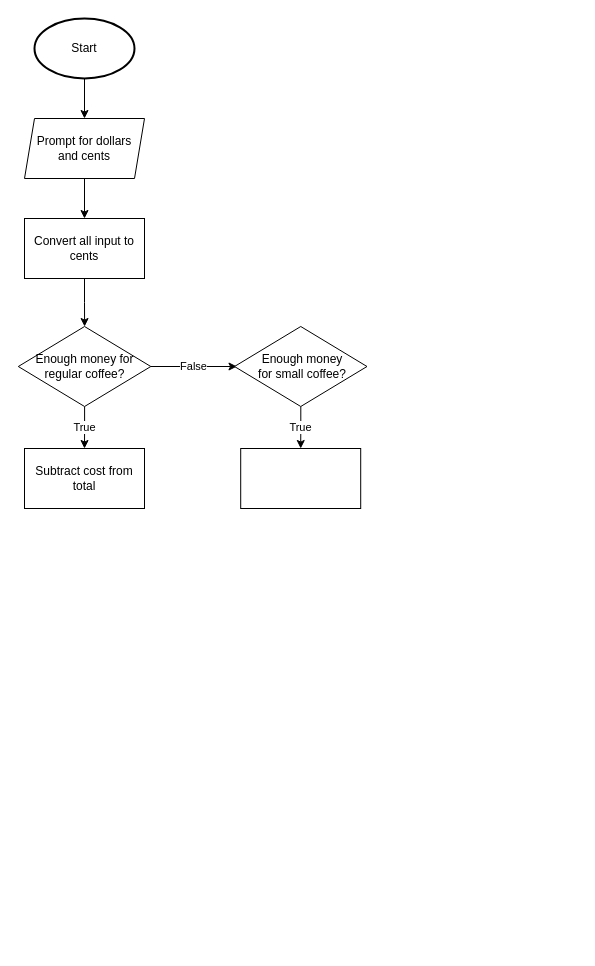
The draw.io diagram Untitled Diagram.drawio in aryanGajelli/Computer_Science, before the edit. Source tidied: cells renumbered, new cells numbered last; positions are measured from the earlier drawing's top-left corner, leaving out a move shared by most shapes. Both pictures are drawn from the tidied source at 100%, with x=0, y=0 at pixel (18, 18).
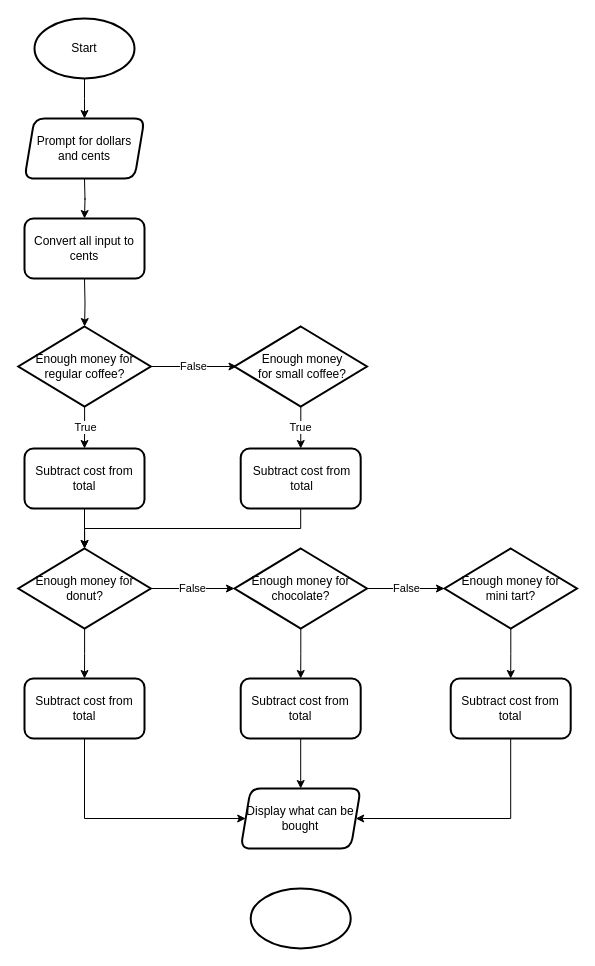
The same diagram, later.

Unchanged cells that the change refers to:
```xml
<mxCell id="3" value="Start" style="strokeWidth=2;html=1;shape=mxgraph.flowchart.start_1;whiteSpace=wrap;" parent="1" vertex="1">
  <mxGeometry x="16" width="100" height="60" as="geometry" />
</mxCell>
```

The edit, as a diff of the source:
```diff
@@
-    <mxCell id="2" style="edgeStyle=orthogonalEdgeStyle;rounded=0;jettySize=auto;html=1;" parent="1" edge="1" source="3" target="5">
-      <mxGeometry relative="1" as="geometry" />
+    <mxCell id="2" style="edgeStyle=orthogonalEdgeStyle;rounded=0;jettySize=auto;html=1;" parent="1" edge="1" source="3">
+      <mxGeometry relative="1" as="geometry">
+        <mxPoint x="66" y="100" as="targetPoint" />
+      </mxGeometry>
     </mxCell>
@@
-    <mxCell id="4" style="edgeStyle=orthogonalEdgeStyle;rounded=0;jettySize=auto;html=1;" parent="1" edge="1" source="5" target="7">
-      <mxGeometry relative="1" as="geometry" />
+    <mxCell id="4" style="edgeStyle=orthogonalEdgeStyle;rounded=0;orthogonalLoop=1;jettySize=auto;html=1;" parent="1" edge="1">
+      <mxGeometry relative="1" as="geometry">
+        <mxPoint x="66" y="160" as="sourcePoint" />
+        <mxPoint x="66" y="200" as="targetPoint" />
+      </mxGeometry>
     </mxCell>
-    <mxCell id="5" value="Prompt for dollars and cents" style="shape=parallelogram;perimeter=parallelogramPerimeter;whiteSpace=wrap;html=1;fixedSize=1;size=10;" parent="1" vertex="1">
-      <mxGeometry x="6" y="100" width="120" height="60" as="geometry" />
-    </mxCell>
-    <mxCell id="6" style="edgeStyle=orthogonalEdgeStyle;rounded=0;jettySize=auto;html=1;" parent="1" edge="1" source="7" target="10">
-      <mxGeometry relative="1" as="geometry" />
+    <mxCell id="6" style="edgeStyle=orthogonalEdgeStyle;rounded=0;jettySize=auto;html=1;" parent="1" edge="1" target="10">
+      <mxGeometry relative="1" as="geometry">
+        <mxPoint x="66" y="260" as="sourcePoint" />
+      </mxGeometry>
     </mxCell>
-    <mxCell id="7" value="Convert all input to cents" style="whiteSpace=wrap;html=1;" parent="1" vertex="1">
-      <mxGeometry x="6" y="200" width="120" height="60" as="geometry" />
-    </mxCell>
-    <mxCell id="8" value="True" style="edgeStyle=orthogonalEdgeStyle;rounded=0;jettySize=auto;html=1;" parent="1" edge="1" source="10" target="11">
-      <mxGeometry relative="1" as="geometry" />
+    <mxCell id="8" value="True" style="edgeStyle=orthogonalEdgeStyle;rounded=0;jettySize=auto;html=1;" parent="1" edge="1" source="10">
+      <mxGeometry relative="1" as="geometry">
+        <mxPoint x="66" y="430" as="targetPoint" />
+      </mxGeometry>
     </mxCell>
@@
-    <mxCell id="10" value="&lt;p style=&quot;line-height: 120%&quot;&gt;Enough money for regular coffee?&lt;/p&gt;" style="rhombus;whiteSpace=wrap;html=1;spacingLeft=4;spacingRight=4;" parent="1" vertex="1">
+    <mxCell id="10" value="&lt;p style=&quot;line-height: 120%&quot;&gt;Enough money for regular coffee?&lt;/p&gt;" style="rhombus;whiteSpace=wrap;html=1;spacingLeft=4;spacingRight=4;strokeWidth=2;rounded=0;" parent="1" vertex="1">
       <mxGeometry x="-0.2" y="308" width="132.5" height="80" as="geometry" />
     </mxCell>
-    <mxCell id="11" value="Subtract cost from total" style="whiteSpace=wrap;html=1;" parent="1" vertex="1">
-      <mxGeometry x="6" y="430" width="120" height="60" as="geometry" />
-    </mxCell>
@@
-    <mxCell id="13" value="Enough money for small coffee?" style="rhombus;whiteSpace=wrap;html=1;spacingTop=0;spacingLeft=3;" parent="1" vertex="1">
+    <mxCell id="13" value="Enough money for small coffee?" style="rhombus;whiteSpace=wrap;html=1;spacingTop=0;spacingLeft=3;strokeWidth=2;rounded=0;" parent="1" vertex="1">
       <mxGeometry x="216" y="308" width="132.5" height="80" as="geometry" />
     </mxCell>
+    <mxCell id="15" style="edgeStyle=orthogonalEdgeStyle;rounded=0;jettySize=auto;html=1;exitX=0.5;exitY=1;exitDx=0;exitDy=0;" parent="1" edge="1" source="14" target="20">
+      <mxGeometry relative="1" as="geometry" />
+    </mxCell>
-    <mxCell id="14" style="whiteSpace=wrap;html=1;spacingTop=0;spacingLeft=3;" parent="1" vertex="1">
+    <mxCell id="14" value="&lt;span&gt;Subtract cost from total&lt;/span&gt;" style="whiteSpace=wrap;html=1;spacingTop=0;spacingLeft=3;strokeWidth=2;rounded=1;" parent="1" vertex="1">
       <mxGeometry x="222.2" y="430" width="120" height="60" as="geometry" />
     </mxCell>
+    <mxCell id="16" style="edgeStyle=orthogonalEdgeStyle;rounded=0;jettySize=auto;html=1;" parent="1" edge="1" source="17" target="20">
+      <mxGeometry relative="1" as="geometry" />
+    </mxCell>
+    <mxCell id="17" value="Subtract cost from total" style="whiteSpace=wrap;html=1;strokeWidth=2;rounded=1;" parent="1" vertex="1">
+      <mxGeometry x="6" y="430" width="120" height="60" as="geometry" />
+    </mxCell>
+    <mxCell id="7" value="Convert all input to cents" style="whiteSpace=wrap;html=1;strokeWidth=2;rounded=1;" parent="1" vertex="1">
+      <mxGeometry x="6" y="200" width="120" height="60" as="geometry" />
+    </mxCell>
+    <mxCell id="18" value="False" style="edgeStyle=orthogonalEdgeStyle;rounded=0;jettySize=auto;html=1;exitX=1;exitY=0.5;exitDx=0;exitDy=0;entryX=0;entryY=0.5;entryDx=0;entryDy=0;" parent="1" edge="1" source="20" target="23">
+      <mxGeometry relative="1" as="geometry" />
+    </mxCell>
+    <mxCell id="19" style="edgeStyle=orthogonalEdgeStyle;rounded=0;jettySize=auto;html=1;" parent="1" edge="1" source="20" target="26">
+      <mxGeometry relative="1" as="geometry" />
+    </mxCell>
+    <mxCell id="20" value="&lt;p style=&quot;line-height: 120%&quot;&gt;Enough money for donut?&lt;/p&gt;" style="rhombus;whiteSpace=wrap;html=1;spacingLeft=4;spacingRight=4;strokeWidth=2;rounded=0;" parent="1" vertex="1">
+      <mxGeometry x="-0.2" y="530" width="132.5" height="80" as="geometry" />
+    </mxCell>
+    <mxCell id="21" value="False" style="edgeStyle=orthogonalEdgeStyle;rounded=0;jettySize=auto;html=1;exitX=1;exitY=0.5;exitDx=0;exitDy=0;entryX=0;entryY=0.5;entryDx=0;entryDy=0;" parent="1" edge="1" source="23" target="25">
+      <mxGeometry relative="1" as="geometry" />
+    </mxCell>
+    <mxCell id="22" style="edgeStyle=orthogonalEdgeStyle;rounded=0;jettySize=auto;html=1;" parent="1" edge="1" source="23" target="28">
+      <mxGeometry relative="1" as="geometry" />
+    </mxCell>
+    <mxCell id="23" value="&lt;p style=&quot;line-height: 120%&quot;&gt;Enough money for chocolate?&lt;/p&gt;" style="rhombus;whiteSpace=wrap;html=1;spacingLeft=4;spacingRight=4;strokeWidth=2;rounded=0;" parent="1" vertex="1">
+      <mxGeometry x="216" y="530" width="132.5" height="80" as="geometry" />
+    </mxCell>
+    <mxCell id="24" style="edgeStyle=orthogonalEdgeStyle;rounded=0;jettySize=auto;html=1;" parent="1" edge="1" source="25" target="30">
+      <mxGeometry relative="1" as="geometry" />
+    </mxCell>
+    <mxCell id="25" value="&lt;p style=&quot;line-height: 120%&quot;&gt;Enough money for mini tart?&lt;/p&gt;" style="rhombus;whiteSpace=wrap;html=1;spacingLeft=4;spacingRight=4;strokeWidth=2;rounded=0;" parent="1" vertex="1">
+      <mxGeometry x="426" y="530" width="132.5" height="80" as="geometry" />
+    </mxCell>
+    <mxCell id="26" value="Subtract cost from total" style="whiteSpace=wrap;html=1;strokeWidth=2;rounded=1;" parent="1" vertex="1">
+      <mxGeometry x="6" y="660" width="120" height="60" as="geometry" />
+    </mxCell>
+    <mxCell id="27" style="edgeStyle=orthogonalEdgeStyle;rounded=0;jettySize=auto;html=1;exitX=0.5;exitY=1;exitDx=0;exitDy=0;entryX=0.5;entryY=0;entryDx=0;entryDy=0;" parent="1" edge="1" source="28" target="32">
+      <mxGeometry relative="1" as="geometry" />
+    </mxCell>
+    <mxCell id="28" value="Subtract cost from total" style="whiteSpace=wrap;html=1;strokeWidth=2;rounded=1;" parent="1" vertex="1">
+      <mxGeometry x="222.2" y="660" width="120" height="60" as="geometry" />
+    </mxCell>
+    <mxCell id="29" style="edgeStyle=orthogonalEdgeStyle;rounded=0;jettySize=auto;html=1;exitX=0.5;exitY=1;exitDx=0;exitDy=0;entryX=1;entryY=0.5;entryDx=0;entryDy=0;" parent="1" edge="1" source="30" target="32">
+      <mxGeometry relative="1" as="geometry">
+        <Array as="points">
+          <mxPoint x="492" y="800" />
+        </Array>
+      </mxGeometry>
+    </mxCell>
+    <mxCell id="30" value="Subtract cost from total" style="whiteSpace=wrap;html=1;strokeWidth=2;rounded=1;" parent="1" vertex="1">
+      <mxGeometry x="432.2" y="660" width="120" height="60" as="geometry" />
+    </mxCell>
+    <mxCell id="31" style="strokeWidth=2;html=1;shape=mxgraph.flowchart.start_1;whiteSpace=wrap;rounded=0;shadow=0;" parent="1" vertex="1">
+      <mxGeometry x="232.2" y="870" width="100" height="60" as="geometry" />
+    </mxCell>
+    <mxCell id="5" value="Prompt for dollars and cents" style="shape=parallelogram;perimeter=parallelogramPerimeter;whiteSpace=wrap;html=1;fixedSize=1;size=10;rounded=1;shadow=0;strokeWidth=2;" parent="1" vertex="1">
+      <mxGeometry x="6" y="100" width="120" height="60" as="geometry" />
+    </mxCell>
+    <mxCell id="32" value="Display what can be bought" style="shape=parallelogram;perimeter=parallelogramPerimeter;whiteSpace=wrap;html=1;fixedSize=1;size=10;rounded=1;shadow=0;strokeWidth=2;" parent="1" vertex="1">
+      <mxGeometry x="222.2" y="770" width="120" height="60" as="geometry" />
+    </mxCell>
+    <mxCell id="33" style="edgeStyle=orthogonalEdgeStyle;rounded=0;orthogonalLoop=1;jettySize=auto;html=1;exitX=0.5;exitY=1;exitDx=0;exitDy=0;entryX=0;entryY=0.5;entryDx=0;entryDy=0;" parent="1" edge="1">
+      <mxGeometry relative="1" as="geometry">
+        <mxPoint x="66" y="720" as="sourcePoint" />
+        <mxPoint x="227.2" y="800" as="targetPoint" />
+        <Array as="points">
+          <mxPoint x="66" y="800" />
+        </Array>
+      </mxGeometry>
+    </mxCell>
```
